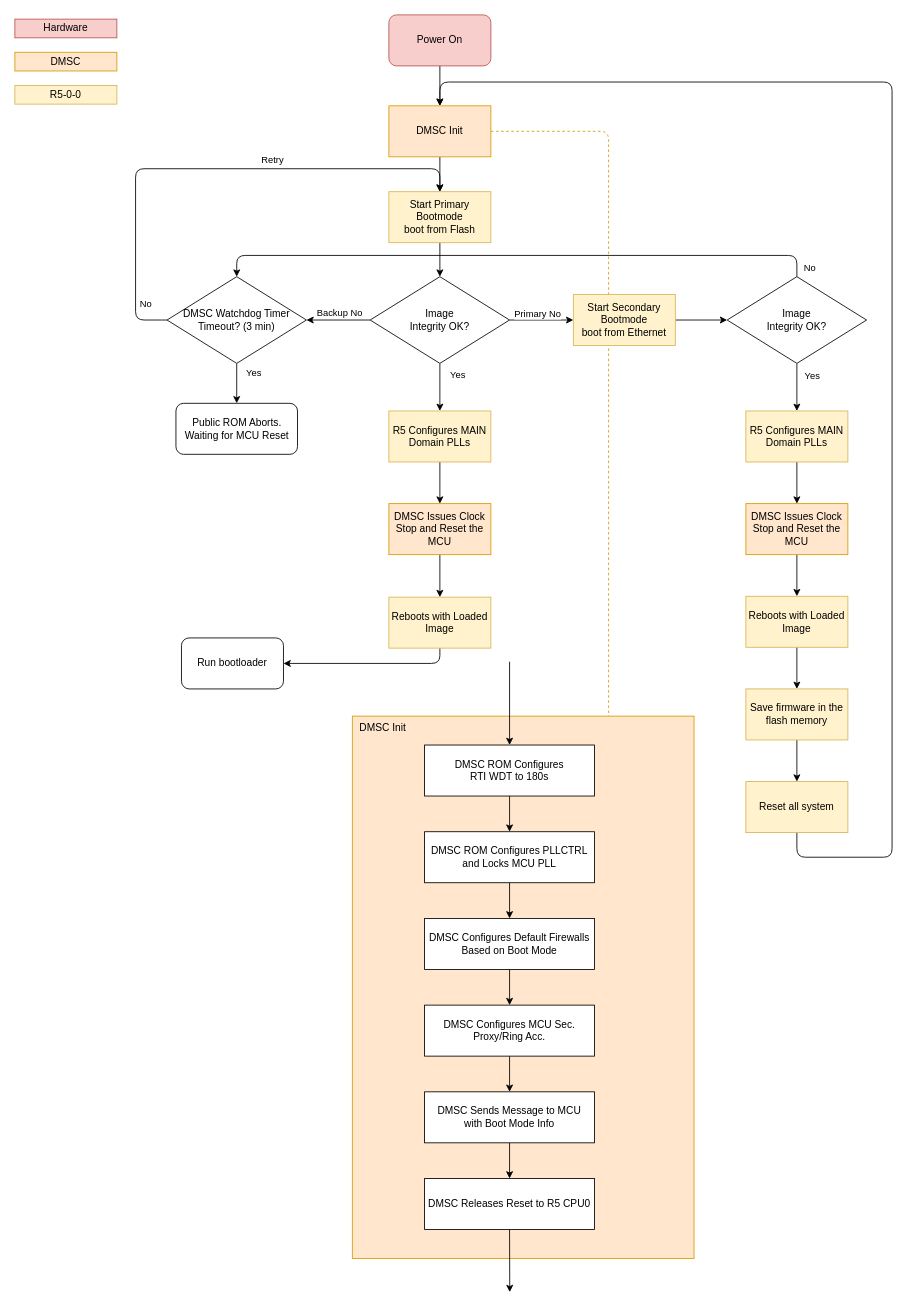
Before: schematic/05-sw-flow-device-booting.drawio in petrkucerak/diplom-thesis, a draw.io diagram. Source tidied: cells renumbered, new cells numbered last; positions are measured from the earlier drawing's top-left corner, leaving out a move shared by most shapes. Both pictures are drawn from the tidied source at 85%, with x=0, y=0 at pixel (14, 14).
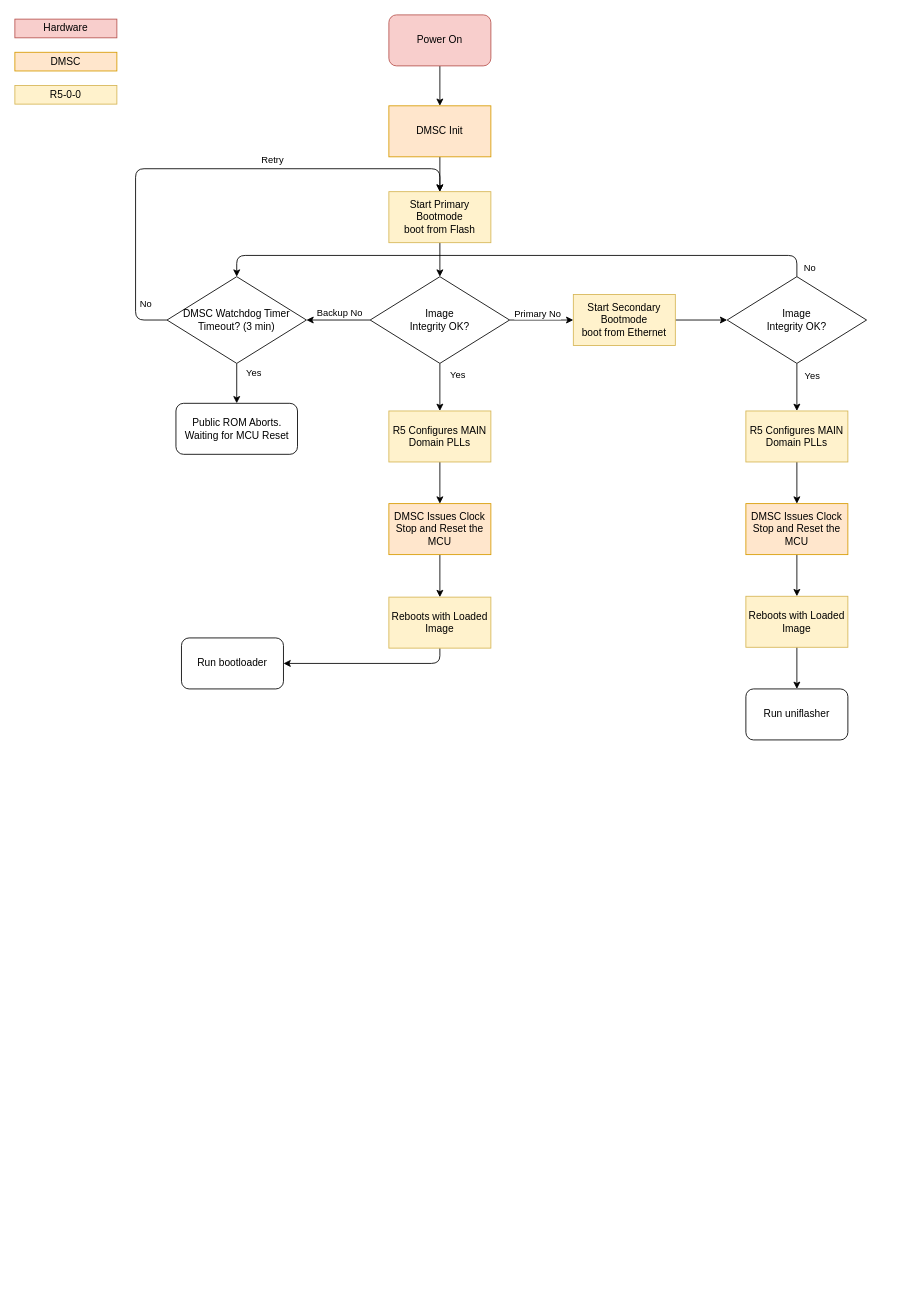
The same diagram, later.

The change refers to these unchanged cells:
```xml
<mxCell id="4" value="DMSC Init" style="rounded=0;whiteSpace=wrap;html=1;fillColor=#ffe6cc;strokeColor=#d79b00;" parent="1" vertex="1">
  <mxGeometry x="440" y="107" width="120" height="60" as="geometry" />
</mxCell>
<mxCell id="40" value="Reboots with Loaded Image" style="rounded=0;whiteSpace=wrap;html=1;fillColor=#fff2cc;strokeColor=#d6b656;" parent="1" vertex="1">
  <mxGeometry x="860" y="684" width="120" height="60" as="geometry" />
</mxCell>
```

The edit, as a diff of the source:
```diff
@@
-    <mxCell id="3" style="edgeStyle=orthogonalEdgeStyle;html=1;exitX=1;exitY=0.5;exitDx=0;exitDy=0;entryX=0.75;entryY=0;entryDx=0;entryDy=0;fillColor=#ffe6cc;strokeColor=#d79b00;dashed=1;endArrow=none;endFill=0;" parent="1" edge="1" source="4" target="46">
-      <mxGeometry relative="1" as="geometry" />
-    </mxCell>
@@
-    <mxCell id="14" style="edgeStyle=none;html=1;exitX=0.5;exitY=1;exitDx=0;exitDy=0;entryX=0.5;entryY=0;entryDx=0;entryDy=0;" parent="1" edge="1" source="15" target="42">
-      <mxGeometry relative="1" as="geometry" />
-    </mxCell>
-    <mxCell id="15" value="Save firmware in the flash memory" style="rounded=0;whiteSpace=wrap;html=1;fillColor=#fff2cc;strokeColor=#d6b656;" parent="1" vertex="1">
-      <mxGeometry x="860" y="793" width="120" height="60" as="geometry" />
-    </mxCell>
@@
-    <mxCell id="39" style="edgeStyle=none;html=1;exitX=0.5;exitY=1;exitDx=0;exitDy=0;" parent="1" edge="1" source="40" target="15">
-      <mxGeometry relative="1" as="geometry" />
-    </mxCell>
+    <mxCell id="64" style="edgeStyle=none;html=1;exitX=0.5;exitY=1;exitDx=0;exitDy=0;" parent="1" edge="1" source="40" target="65">
+      <mxGeometry relative="1" as="geometry" />
+    </mxCell>
@@
-    <mxCell id="41" style="edgeStyle=orthogonalEdgeStyle;html=1;exitX=0.5;exitY=1;exitDx=0;exitDy=0;entryX=0.5;entryY=0;entryDx=0;entryDy=0;" parent="1" edge="1" source="42" target="4">
-      <mxGeometry relative="1" as="geometry">
-        <Array as="points">
-          <mxPoint x="920" y="991" />
-          <mxPoint x="1032" y="991" />
-          <mxPoint x="1032" y="79" />
-          <mxPoint x="500" y="79" />
-        </Array>
-      </mxGeometry>
-    </mxCell>
-    <mxCell id="42" value="Reset all system" style="rounded=0;whiteSpace=wrap;html=1;fillColor=#fff2cc;strokeColor=#d6b656;" parent="1" vertex="1">
-      <mxGeometry x="860" y="902" width="120" height="60" as="geometry" />
-    </mxCell>
@@
-    <mxCell id="46" value="&amp;nbsp; DMSC Init" style="rounded=0;whiteSpace=wrap;html=1;fillColor=#ffe6cc;strokeColor=#d79b00;align=left;verticalAlign=top;" parent="1" vertex="1">
-      <mxGeometry x="397" y="825" width="402" height="638" as="geometry" />
-    </mxCell>
-    <mxCell id="47" style="edgeStyle=none;html=1;exitX=0.5;exitY=1;exitDx=0;exitDy=0;entryX=0.5;entryY=0;entryDx=0;entryDy=0;" parent="1" edge="1" source="48" target="53">
-      <mxGeometry relative="1" as="geometry" />
-    </mxCell>
-    <mxCell id="48" value="DMSC ROM Configures PLLCTRL and Locks MCU PLL" style="rounded=0;whiteSpace=wrap;html=1;" parent="1" vertex="1">
-      <mxGeometry x="482" y="961" width="200" height="60" as="geometry" />
-    </mxCell>
-    <mxCell id="49" style="edgeStyle=none;html=1;exitX=0.5;exitY=1;exitDx=0;exitDy=0;" parent="1" edge="1" source="51" target="48">
-      <mxGeometry relative="1" as="geometry" />
-    </mxCell>
-    <mxCell id="50" style="edgeStyle=none;html=1;exitX=0.5;exitY=0;exitDx=0;exitDy=0;startArrow=classic;startFill=1;endArrow=none;endFill=0;" parent="1" edge="1" source="51">
-      <mxGeometry relative="1" as="geometry">
-        <mxPoint x="582" y="761" as="targetPoint" />
-      </mxGeometry>
-    </mxCell>
-    <mxCell id="51" value="&lt;span style=&quot;color: rgb(0, 0, 0);&quot;&gt;DMSC ROM Configures&lt;br&gt;RTI WDT to 180s&lt;/span&gt;" style="rounded=0;whiteSpace=wrap;html=1;" parent="1" vertex="1">
-      <mxGeometry x="482" y="859" width="200" height="60" as="geometry" />
-    </mxCell>
-    <mxCell id="52" style="edgeStyle=none;html=1;exitX=0.5;exitY=1;exitDx=0;exitDy=0;" parent="1" edge="1" source="53" target="55">
-      <mxGeometry relative="1" as="geometry" />
-    </mxCell>
-    <mxCell id="53" value="DMSC Configures Default Firewalls Based on Boot Mode" style="rounded=0;whiteSpace=wrap;html=1;" parent="1" vertex="1">
-      <mxGeometry x="482" y="1063" width="200" height="60" as="geometry" />
-    </mxCell>
-    <mxCell id="54" style="edgeStyle=none;html=1;exitX=0.5;exitY=1;exitDx=0;exitDy=0;entryX=0.5;entryY=0;entryDx=0;entryDy=0;" parent="1" edge="1" source="55" target="57">
-      <mxGeometry relative="1" as="geometry" />
-    </mxCell>
-    <mxCell id="55" value="DMSC Configures MCU Sec. Proxy/Ring Acc." style="rounded=0;whiteSpace=wrap;html=1;" parent="1" vertex="1">
-      <mxGeometry x="482" y="1165" width="200" height="60" as="geometry" />
-    </mxCell>
-    <mxCell id="56" style="edgeStyle=none;html=1;exitX=0.5;exitY=1;exitDx=0;exitDy=0;entryX=0.5;entryY=0;entryDx=0;entryDy=0;" parent="1" edge="1" source="57" target="59">
-      <mxGeometry relative="1" as="geometry" />
-    </mxCell>
-    <mxCell id="57" value="DMSC Sends Message to MCU&lt;br&gt;with Boot Mode Info" style="rounded=0;whiteSpace=wrap;html=1;" parent="1" vertex="1">
-      <mxGeometry x="482" y="1267" width="200" height="60" as="geometry" />
-    </mxCell>
-    <mxCell id="58" style="edgeStyle=none;html=1;exitX=0.5;exitY=1;exitDx=0;exitDy=0;" parent="1" edge="1" source="59">
-      <mxGeometry relative="1" as="geometry">
-        <mxPoint x="582.2" y="1502.6" as="targetPoint" />
-      </mxGeometry>
-    </mxCell>
-    <mxCell id="59" value="DMSC Releases Reset to R5 CPU0" style="rounded=0;whiteSpace=wrap;html=1;" parent="1" vertex="1">
-      <mxGeometry x="482" y="1369" width="200" height="60" as="geometry" />
-    </mxCell>
@@
+    <mxCell id="65" value="Run uniflasher" style="rounded=1;whiteSpace=wrap;html=1;" parent="1" vertex="1">
+      <mxGeometry x="860" y="793" width="120" height="60" as="geometry" />
+    </mxCell>
```
